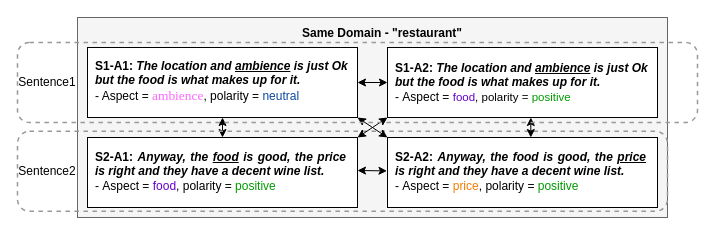
This is Untitled Diagram.drawio from cj-wade/hello-world, a draw.io file, before an edit. Source tidied: cells renumbered, new cells numbered last; positions are measured from the earlier drawing's top-left corner, leaving out a move shared by most shapes. Both pictures are drawn from the tidied source at 100%, with x=0, y=0 at pixel (17, 17).
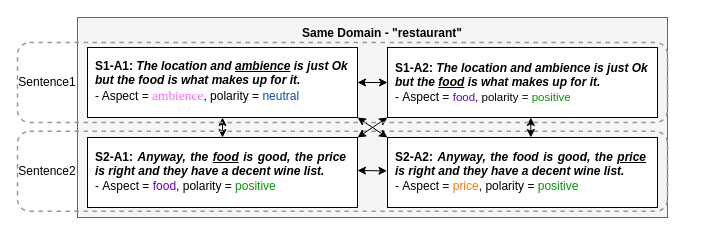
After the change.

The edit, as a diff of the source:
```diff
@@
-    <mxCell id="6" value="&lt;div style=&quot;text-align: left&quot;&gt;&lt;div class=&quot;mind-clipboard&quot;&gt;&lt;b&gt;S1-A2:&amp;nbsp;&lt;/b&gt;&lt;b&gt;&lt;i&gt;The location and&amp;nbsp;&lt;u&gt;ambience&lt;/u&gt;&amp;nbsp;is just Ok but the food is what makes up for it.&lt;/i&gt;&lt;/b&gt;&lt;br&gt;&lt;div&gt;&lt;div&gt;&lt;/div&gt;-&amp;nbsp;Aspect&amp;nbsp;=&amp;nbsp;&lt;span style=&quot;font-size: 8.62733pt ; font-family: &amp;#34;arial&amp;#34; ; color: rgb(102 , 0 , 204)&quot;&gt;food&lt;/span&gt;&lt;span style=&quot;font-size: 8.62733pt ; font-family: &amp;#34;arial&amp;#34;&quot;&gt;, polarity = &lt;/span&gt;&lt;span style=&quot;font-size: 8.62733pt ; font-family: &amp;#34;arial&amp;#34; ; color: rgb(0 , 153 , 0)&quot;&gt;positive&lt;/span&gt;&lt;span&gt;&amp;nbsp;&lt;/span&gt;&lt;br&gt;&lt;div&gt;&lt;/div&gt;&lt;div&gt;&lt;/div&gt;&lt;/div&gt;&lt;div&gt;&lt;/div&gt;&lt;div&gt;&lt;/div&gt;&lt;div&gt;&lt;/div&gt;&lt;/div&gt;&lt;/div&gt;" style="text;html=1;strokeColor=none;fillColor=none;align=center;verticalAlign=middle;whiteSpace=wrap;rounded=0;" parent="1" vertex="1">
+    <mxCell id="6" value="&lt;div style=&quot;text-align: left&quot;&gt;&lt;div class=&quot;mind-clipboard&quot;&gt;&lt;b&gt;S1-A2:&amp;nbsp;&lt;/b&gt;&lt;b&gt;&lt;i&gt;The location and&amp;nbsp;ambience&amp;nbsp;is just Ok but the &lt;u&gt;food&lt;/u&gt; is what makes up for it.&lt;/i&gt;&lt;/b&gt;&lt;br&gt;&lt;div&gt;&lt;div&gt;&lt;/div&gt;-&amp;nbsp;Aspect&amp;nbsp;=&amp;nbsp;&lt;span style=&quot;font-size: 8.62733pt ; font-family: &amp;#34;arial&amp;#34; ; color: rgb(102 , 0 , 204)&quot;&gt;food&lt;/span&gt;&lt;span style=&quot;font-size: 8.62733pt ; font-family: &amp;#34;arial&amp;#34;&quot;&gt;, polarity = &lt;/span&gt;&lt;span style=&quot;font-size: 8.62733pt ; font-family: &amp;#34;arial&amp;#34; ; color: rgb(0 , 153 , 0)&quot;&gt;positive&lt;/span&gt;&lt;span&gt;&amp;nbsp;&lt;/span&gt;&lt;br&gt;&lt;div&gt;&lt;/div&gt;&lt;div&gt;&lt;/div&gt;&lt;/div&gt;&lt;div&gt;&lt;/div&gt;&lt;div&gt;&lt;/div&gt;&lt;div&gt;&lt;/div&gt;&lt;/div&gt;&lt;/div&gt;" style="text;html=1;strokeColor=none;fillColor=none;align=center;verticalAlign=middle;whiteSpace=wrap;rounded=0;" parent="1" vertex="1">
       <mxGeometry x="377" y="37.5" width="263" height="55" as="geometry" />
     </mxCell>
@@
     <mxCell id="21" style="rounded=1;whiteSpace=wrap;html=1;fillColor=none;dashed=1;strokeColor=#999999;strokeWidth=1.5;" parent="1" vertex="1">
-      <mxGeometry y="25" width="680" height="80" as="geometry" />
+      <mxGeometry y="25" width="650" height="80" as="geometry" />
     </mxCell>
```
